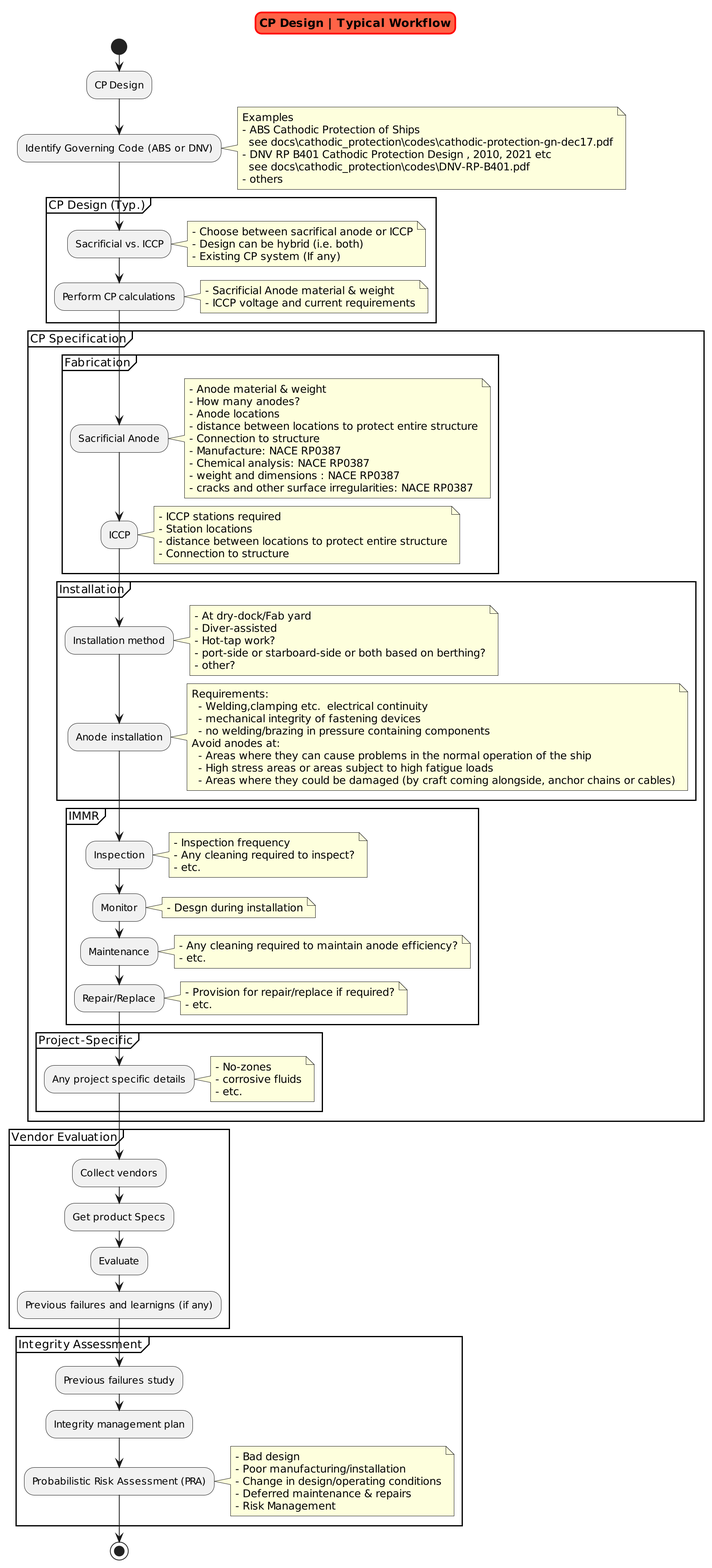
Earlier version of the PlantUML export docs/cathodic_protection/cp_highlevel_workflow.png (vamseeachanta/digitalmodel).
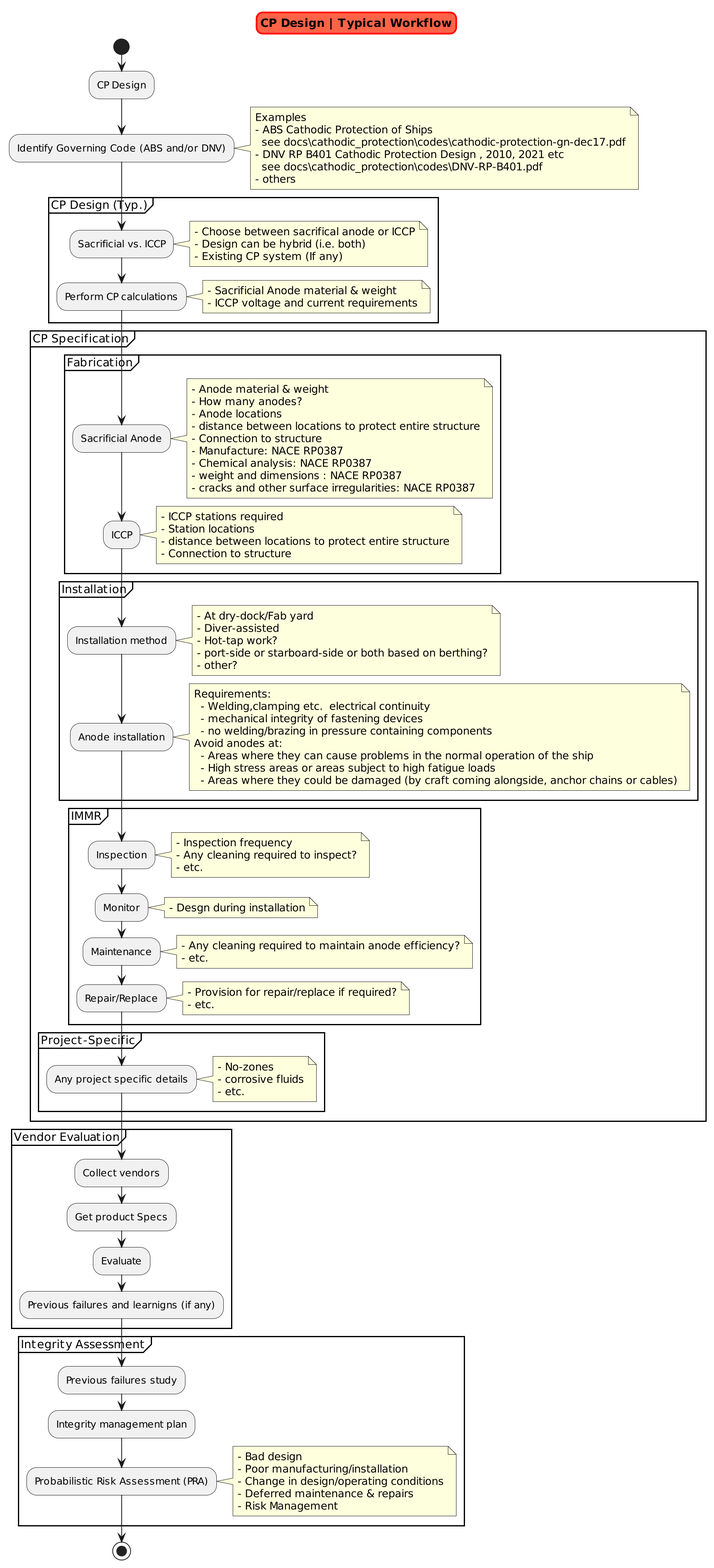
Above is the later version.

The edit, as a diff of the source:
```diff
@@ -10,7 +10,7 @@
 start
 :CP Design;
 
-:Identify Governing Code (ABS or DNV);
+:Identify Governing Code (ABS and/or DNV);
 
   note right
     Examples
```
